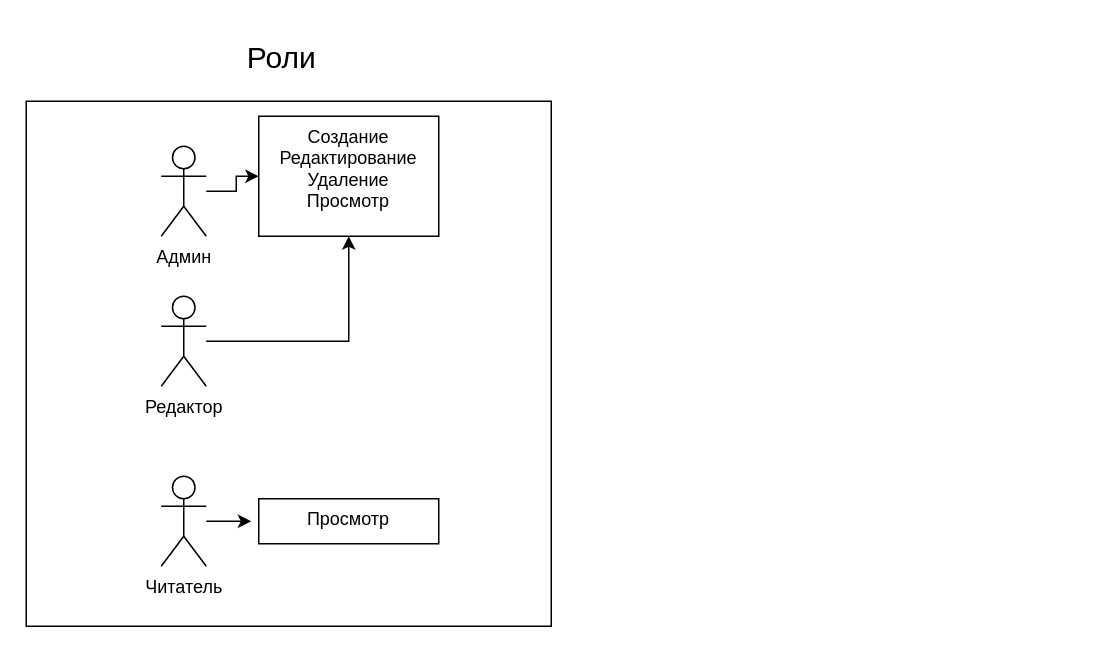
The draw.io diagram Untitled Diagram.drawio in SyntaxEvg/StudyProject, before the edit. Source tidied: cells renumbered, new cells numbered last; positions are measured from the earlier drawing's top-left corner, leaving out a move shared by most shapes. Both pictures are drawn from the tidied source at 150%, with x=0, y=0 at pixel (26, 33).
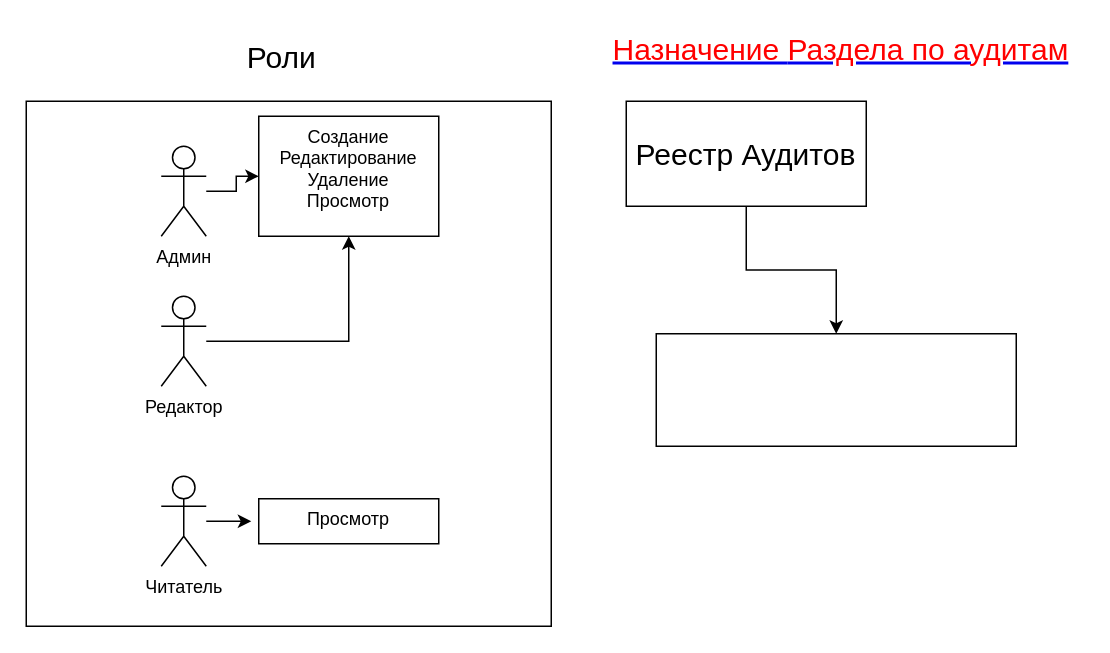
Above is the later version.

Diff of the diagram source:
```diff
@@
 <mxGraphModel>
   <root>
     <mxCell id="0" />
     <mxCell id="1" parent="0" />
     <mxCell id="2" style="whiteSpace=wrap;html=1;" parent="1" vertex="1">
       <mxGeometry y="45" width="350" height="350" as="geometry" />
     </mxCell>
     <mxCell id="3" style="edgeStyle=orthogonalEdgeStyle;rounded=0;jettySize=auto;html=1;" parent="1" edge="1" source="4" target="9">
       <mxGeometry relative="1" as="geometry" />
     </mxCell>
     <mxCell id="4" value="Админ" style="shape=umlActor;verticalLabelPosition=bottom;verticalAlign=top;html=1;outlineConnect=0;" parent="1" vertex="1">
       <mxGeometry x="90" y="75" width="30" height="60" as="geometry" />
     </mxCell>
     <mxCell id="5" style="edgeStyle=orthogonalEdgeStyle;rounded=0;jettySize=auto;html=1;entryX=0.5;entryY=1;entryDx=0;entryDy=0;" parent="1" edge="1" source="6" target="9">
       <mxGeometry relative="1" as="geometry" />
     </mxCell>
     <mxCell id="6" value="Редактор" style="shape=umlActor;verticalLabelPosition=bottom;verticalAlign=top;html=1;outlineConnect=0;" parent="1" vertex="1">
       <mxGeometry x="90" y="175" width="30" height="60" as="geometry" />
     </mxCell>
     <mxCell id="7" style="edgeStyle=orthogonalEdgeStyle;rounded=0;jettySize=auto;html=1;" parent="1" edge="1" source="8">
       <mxGeometry relative="1" as="geometry">
         <mxPoint x="150" y="325" as="targetPoint" />
       </mxGeometry>
     </mxCell>
     <mxCell id="8" value="Читатель" style="shape=umlActor;verticalLabelPosition=bottom;verticalAlign=top;html=1;outlineConnect=0;" parent="1" vertex="1">
       <mxGeometry x="90" y="295" width="30" height="60" as="geometry" />
     </mxCell>
     <mxCell id="9" value="Создание&lt;br&gt;Редактирование&lt;br&gt;Удаление&lt;br&gt;Просмотр" style="whiteSpace=wrap;html=1;verticalAlign=top;fillColor=rgb(255, 255, 255);strokeColor=rgb(0, 0, 0);fontColor=rgb(0, 0, 0);" parent="1" vertex="1">
       <mxGeometry x="155" y="55" width="120" height="80" as="geometry" />
     </mxCell>
     <mxCell id="10" value="Просмотр" style="whiteSpace=wrap;html=1;verticalAlign=top;fillColor=rgb(255, 255, 255);strokeColor=rgb(0, 0, 0);fontColor=rgb(0, 0, 0);" parent="1" vertex="1">
       <mxGeometry x="155" y="310" width="120" height="30" as="geometry" />
     </mxCell>
     <mxCell id="11" value="Роли" style="text;html=1;align=center;verticalAlign=middle;strokeColor=none;fillColor=none;fontSize=20;" parent="1" vertex="1">
       <mxGeometry x="140" width="60" height="30" as="geometry" />
     </mxCell>
+    <mxCell id="12" style="edgeStyle=orthogonalEdgeStyle;rounded=0;jettySize=auto;html=1;fontSize=20;" parent="1" edge="1" source="13" target="14">
+      <mxGeometry relative="1" as="geometry" />
+    </mxCell>
+    <mxCell id="13" value="Реестр Аудитов" style="html=1;whiteSpace=wrap;fontSize=20;" parent="1" vertex="1">
+      <mxGeometry x="400" y="45" width="160" height="70" as="geometry" />
+    </mxCell>
+    <mxCell id="14" style="whiteSpace=wrap;html=1;fontSize=20;fillColor=rgb(255, 255, 255);strokeColor=rgb(0, 0, 0);fontColor=rgb(0, 0, 0);" parent="1" vertex="1">
+      <mxGeometry x="420" y="200" width="240" height="75" as="geometry" />
+    </mxCell>
+    <mxCell id="15" value="&lt;p class=&quot;2&quot; style=&quot;margin-top: 0cm&quot;&gt;&amp;nbsp;&lt;a href=&quot;http://www.rugost.com/index.php?option=com_content&amp;amp;task=view&amp;amp;id=107&amp;amp;Itemid=62#2_1&quot;&gt;&lt;span style=&quot;color: red&quot;&gt;Назначение &lt;/span&gt;&lt;span style=&quot;color: red&quot;&gt;Раздела по аудитам&lt;/span&gt;&lt;/a&gt;&lt;a name=&quot;_Toc267580743&quot;&gt;&lt;/a&gt;&lt;a name=&quot;_Toc269888542&quot;&gt;&lt;/a&gt;&lt;a name=&quot;_Toc374097100&quot;&gt;&lt;/a&gt;&lt;a name=&quot;_Toc506370060&quot;&gt;&lt;/a&gt;&lt;/p&gt;" style="text;html=1;align=center;verticalAlign=middle;strokeColor=none;fillColor=none;fontSize=20;" parent="1" vertex="1">
+      <mxGeometry x="375" y="-5" width="330" height="50" as="geometry" />
+    </mxCell>
   </root>
 </mxGraphModel>
```
